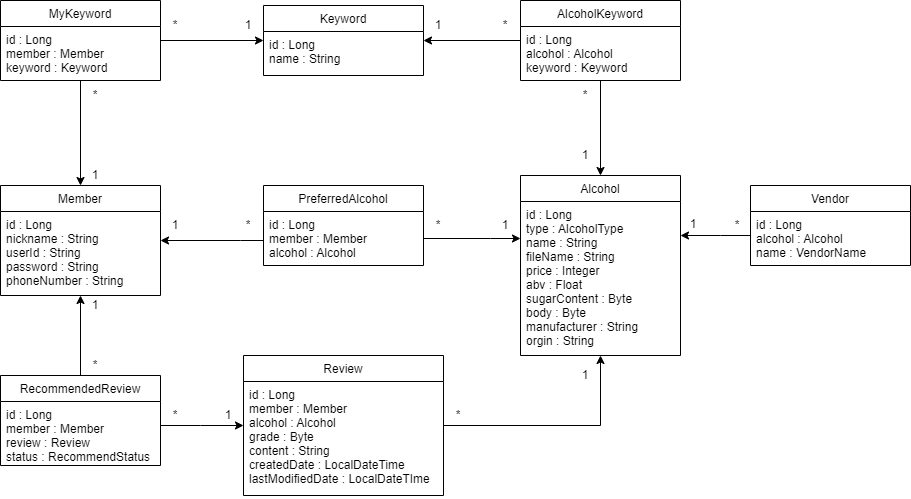
Above: pyeonsool-class.png in great-sprout/PyeonSool (draw.io), before the change. Source tidied: cells renumbered, new cells last; positions are measured from the earlier drawing's top-left corner, leaving out a move shared by most shapes.
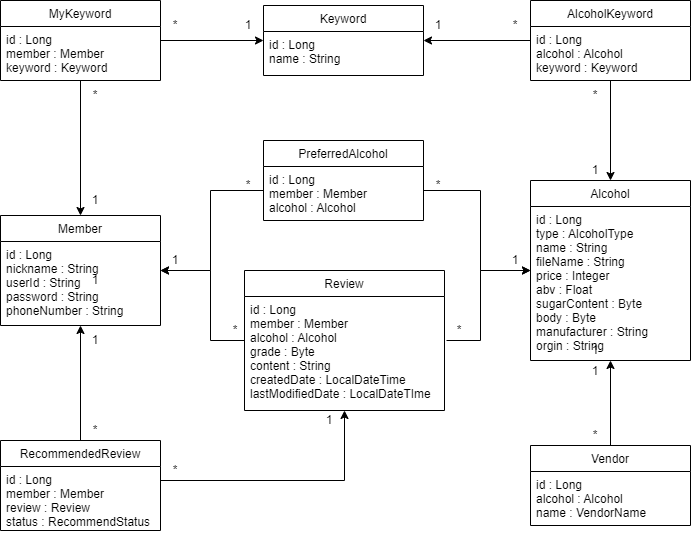
After the change.

Commit message:
docs: 클래스 관계도 수정

Change to the diagram source:
```diff
@@ -3,7 +3,7 @@
     <mxCell id="0" />
     <mxCell id="1" parent="0" />
     <mxCell id="2" value="Member" style="swimlane;fontStyle=0;align=center;verticalAlign=top;horizontal=1;startSize=26;rounded=0;shadow=0;strokeWidth=1;" parent="1" vertex="1">
-      <mxGeometry y="185" width="160" height="110" as="geometry" />
+      <mxGeometry y="240" width="160" height="110" as="geometry" />
     </mxCell>
     <mxCell id="3" value="id : Long&#10;nickname : String&#10;userId : String&#10;password : String&#10;phoneNumber : String&#10;" style="text;align=left;verticalAlign=top;spacingLeft=4;spacingRight=4;overflow=hidden;" parent="2" vertex="1">
       <mxGeometry y="26" width="160" height="84" as="geometry" />
@@ -15,13 +15,13 @@
       <mxGeometry relative="1" as="geometry" />
     </mxCell>
     <mxCell id="6" value="MyKeyword" style="swimlane;fontStyle=0;align=center;verticalAlign=top;horizontal=1;startSize=26;rounded=0;shadow=0;strokeWidth=1;" parent="1" vertex="1">
-      <mxGeometry width="160" height="80" as="geometry" />
+      <mxGeometry y="25" width="160" height="80" as="geometry" />
     </mxCell>
     <mxCell id="7" value="id : Long&#10;member : Member&#10;keyword : Keyword" style="text;align=left;verticalAlign=top;spacingLeft=4;spacingRight=4;overflow=hidden;" parent="6" vertex="1">
       <mxGeometry y="26" width="160" height="54" as="geometry" />
     </mxCell>
     <mxCell id="8" value="Keyword" style="swimlane;fontStyle=0;align=center;verticalAlign=top;horizontal=1;startSize=26;rounded=0;shadow=0;strokeWidth=1;" parent="1" vertex="1">
-      <mxGeometry x="263" y="5" width="160" height="70" as="geometry" />
+      <mxGeometry x="263" y="30" width="160" height="70" as="geometry" />
     </mxCell>
     <mxCell id="9" value="id : Long&#10;name : String" style="text;align=left;verticalAlign=top;spacingLeft=4;spacingRight=4;overflow=hidden;" parent="8" vertex="1">
       <mxGeometry y="26" width="160" height="44" as="geometry" />
@@ -33,13 +33,13 @@
       <mxGeometry relative="1" as="geometry" />
     </mxCell>
     <mxCell id="12" value="AlcoholKeyword" style="swimlane;fontStyle=0;align=center;verticalAlign=top;horizontal=1;startSize=26;rounded=0;shadow=0;strokeWidth=1;" parent="1" vertex="1">
-      <mxGeometry x="520" width="160" height="80" as="geometry" />
+      <mxGeometry x="530" y="25" width="160" height="80" as="geometry" />
     </mxCell>
     <mxCell id="13" value="id : Long&#10;alcohol : Alcohol&#10;keyword : Keyword" style="text;align=left;verticalAlign=top;spacingLeft=4;spacingRight=4;overflow=hidden;" parent="12" vertex="1">
       <mxGeometry y="26" width="160" height="54" as="geometry" />
     </mxCell>
     <mxCell id="14" value="Alcohol" style="swimlane;fontStyle=0;align=center;verticalAlign=top;horizontal=1;startSize=26;rounded=0;shadow=0;strokeWidth=1;" parent="1" vertex="1">
-      <mxGeometry x="520" y="175" width="160" height="180" as="geometry" />
+      <mxGeometry x="530" y="205" width="160" height="180" as="geometry" />
     </mxCell>
     <mxCell id="15" value="id : Long&#10;type : AlcoholType&#10;name : String&#10;fileName : String&#10;price : Integer&#10;abv : Float&#10;sugarContent : Byte&#10;body : Byte&#10;manufacturer : String&#10;orgin : String" style="text;align=left;verticalAlign=top;spacingLeft=4;spacingRight=4;overflow=hidden;" parent="14" vertex="1">
       <mxGeometry y="26" width="160" height="154" as="geometry" />
@@ -47,19 +47,27 @@
     <mxCell id="16" style="edgeStyle=orthogonalEdgeStyle;rounded=0;jettySize=auto;html=1;" parent="1" edge="1" source="17" target="2">
       <mxGeometry relative="1" as="geometry">
         <Array as="points">
-          <mxPoint x="240" y="240" />
-          <mxPoint x="240" y="240" />
+          <mxPoint x="210" y="215" />
+          <mxPoint x="210" y="295" />
         </Array>
       </mxGeometry>
     </mxCell>
     <mxCell id="17" value="PreferredAlcohol" style="swimlane;fontStyle=0;align=center;verticalAlign=top;horizontal=1;startSize=26;rounded=0;shadow=0;strokeWidth=1;" parent="1" vertex="1">
-      <mxGeometry x="263" y="185" width="160" height="80" as="geometry" />
+      <mxGeometry x="263" y="165" width="160" height="80" as="geometry" />
     </mxCell>
     <mxCell id="18" value="id : Long&#10;member : Member&#10;alcohol : Alcohol" style="text;align=left;verticalAlign=top;spacingLeft=4;spacingRight=4;overflow=hidden;points=[[0,0.5],[1,0.5]];portConstraint=eastwest;" parent="17" vertex="1">
       <mxGeometry y="26" width="160" height="54" as="geometry" />
     </mxCell>
+    <mxCell id="50" style="edgeStyle=orthogonalEdgeStyle;rounded=0;jettySize=auto;html=1;" parent="1" edge="1" source="19" target="2">
+      <mxGeometry relative="1" as="geometry">
+        <Array as="points">
+          <mxPoint x="210" y="365" />
+          <mxPoint x="210" y="295" />
+        </Array>
+      </mxGeometry>
+    </mxCell>
     <mxCell id="19" value="Review" style="swimlane;fontStyle=0;align=center;verticalAlign=top;horizontal=1;startSize=26;rounded=0;shadow=0;strokeWidth=1;" parent="1" vertex="1">
-      <mxGeometry x="243" y="355" width="200" height="140" as="geometry" />
+      <mxGeometry x="244" y="295" width="200" height="140" as="geometry" />
     </mxCell>
     <mxCell id="20" value="id : Long&#10;member : Member&#10;alcohol : Alcohol&#10;grade : Byte&#10;content : String&#10;createdDate : LocalDateTime&#10;lastModifiedDate : LocalDateTIme" style="text;align=left;verticalAlign=top;spacingLeft=4;spacingRight=4;overflow=hidden;points=[[0,0.5],[1,0.5]];portConstraint=eastwest;" parent="19" vertex="1">
       <mxGeometry y="26" width="200" height="114" as="geometry" />
@@ -67,88 +75,85 @@
     <mxCell id="21" style="edgeStyle=orthogonalEdgeStyle;rounded=0;jettySize=auto;html=1;" parent="1" edge="1" source="18" target="14">
       <mxGeometry relative="1" as="geometry">
         <Array as="points">
-          <mxPoint x="490" y="238" />
-          <mxPoint x="490" y="238" />
+          <mxPoint x="480" y="215" />
+          <mxPoint x="480" y="295" />
         </Array>
       </mxGeometry>
     </mxCell>
-    <mxCell id="22" style="edgeStyle=orthogonalEdgeStyle;rounded=0;jettySize=auto;html=1;" parent="1" edge="1" source="20" target="14">
+    <mxCell id="22" style="edgeStyle=orthogonalEdgeStyle;rounded=0;jettySize=auto;html=1;" parent="1" edge="1" target="14">
       <mxGeometry relative="1" as="geometry">
+        <mxPoint x="446" y="365" as="sourcePoint" />
         <Array as="points">
-          <mxPoint x="600" y="425" />
+          <mxPoint x="480" y="365" />
+          <mxPoint x="480" y="295" />
         </Array>
       </mxGeometry>
     </mxCell>
     <mxCell id="23" value="1" style="text;html=1;strokeColor=none;fillColor=none;align=center;verticalAlign=middle;whiteSpace=wrap;rounded=0;" parent="1" vertex="1">
-      <mxGeometry x="80" y="165" width="30" height="20" as="geometry" />
+      <mxGeometry x="80" y="215" width="30" height="20" as="geometry" />
     </mxCell>
     <mxCell id="24" value="1" style="text;html=1;strokeColor=none;fillColor=none;align=center;verticalAlign=middle;whiteSpace=wrap;rounded=0;" parent="1" vertex="1">
       <mxGeometry x="80" y="295" width="30" height="20" as="geometry" />
     </mxCell>
     <mxCell id="25" value="1" style="text;html=1;strokeColor=none;fillColor=none;align=center;verticalAlign=middle;whiteSpace=wrap;rounded=0;" parent="1" vertex="1">
-      <mxGeometry x="160" y="215" width="30" height="20" as="geometry" />
+      <mxGeometry x="160" y="275" width="30" height="20" as="geometry" />
     </mxCell>
     <mxCell id="26" value="1" style="text;html=1;strokeColor=none;fillColor=none;align=center;verticalAlign=middle;whiteSpace=wrap;rounded=0;" parent="1" vertex="1">
-      <mxGeometry x="233" y="15" width="30" height="20" as="geometry" />
+      <mxGeometry x="233" y="40" width="30" height="20" as="geometry" />
     </mxCell>
     <mxCell id="27" value="1" style="text;html=1;strokeColor=none;fillColor=none;align=center;verticalAlign=middle;whiteSpace=wrap;rounded=0;" parent="1" vertex="1">
-      <mxGeometry x="423" y="15" width="30" height="20" as="geometry" />
+      <mxGeometry x="423" y="40" width="30" height="20" as="geometry" />
     </mxCell>
     <mxCell id="28" value="1" style="text;html=1;strokeColor=none;fillColor=none;align=center;verticalAlign=middle;whiteSpace=wrap;rounded=0;" parent="1" vertex="1">
-      <mxGeometry x="570" y="145" width="30" height="20" as="geometry" />
+      <mxGeometry x="580" y="185" width="30" height="20" as="geometry" />
     </mxCell>
     <mxCell id="29" value="1" style="text;html=1;strokeColor=none;fillColor=none;align=center;verticalAlign=middle;whiteSpace=wrap;rounded=0;" parent="1" vertex="1">
-      <mxGeometry x="490" y="215" width="30" height="20" as="geometry" />
+      <mxGeometry x="500" y="275" width="30" height="20" as="geometry" />
     </mxCell>
     <mxCell id="30" value="1" style="text;html=1;strokeColor=none;fillColor=none;align=center;verticalAlign=middle;whiteSpace=wrap;rounded=0;" parent="1" vertex="1">
-      <mxGeometry x="570" y="365" width="30" height="20" as="geometry" />
+      <mxGeometry x="580" y="365" width="30" height="20" as="geometry" />
     </mxCell>
     <mxCell id="31" value="*" style="text;html=1;strokeColor=none;fillColor=none;align=center;verticalAlign=middle;whiteSpace=wrap;rounded=0;" parent="1" vertex="1">
-      <mxGeometry x="160" y="15" width="30" height="20" as="geometry" />
+      <mxGeometry x="160" y="40" width="30" height="20" as="geometry" />
     </mxCell>
     <mxCell id="32" value="*" style="text;html=1;strokeColor=none;fillColor=none;align=center;verticalAlign=middle;whiteSpace=wrap;rounded=0;" parent="1" vertex="1">
-      <mxGeometry x="490" y="15" width="30" height="20" as="geometry" />
+      <mxGeometry x="500" y="40" width="30" height="20" as="geometry" />
     </mxCell>
     <mxCell id="33" value="*" style="text;html=1;strokeColor=none;fillColor=none;align=center;verticalAlign=middle;whiteSpace=wrap;rounded=0;" parent="1" vertex="1">
-      <mxGeometry x="80" y="85" width="30" height="20" as="geometry" />
+      <mxGeometry x="80" y="110" width="30" height="20" as="geometry" />
     </mxCell>
     <mxCell id="34" value="*" style="text;html=1;strokeColor=none;fillColor=none;align=center;verticalAlign=middle;whiteSpace=wrap;rounded=0;" parent="1" vertex="1">
-      <mxGeometry x="570" y="85" width="30" height="20" as="geometry" />
+      <mxGeometry x="580" y="110" width="30" height="20" as="geometry" />
     </mxCell>
     <mxCell id="35" value="*" style="text;html=1;strokeColor=none;fillColor=none;align=center;verticalAlign=middle;whiteSpace=wrap;rounded=0;" parent="1" vertex="1">
-      <mxGeometry x="423" y="215" width="30" height="20" as="geometry" />
+      <mxGeometry x="423" y="200" width="30" height="20" as="geometry" />
     </mxCell>
     <mxCell id="36" value="*" style="text;html=1;strokeColor=none;fillColor=none;align=center;verticalAlign=middle;whiteSpace=wrap;rounded=0;" parent="1" vertex="1">
-      <mxGeometry x="233" y="215" width="30" height="20" as="geometry" />
+      <mxGeometry x="233" y="200" width="30" height="20" as="geometry" />
     </mxCell>
     <mxCell id="37" value="*" style="text;html=1;strokeColor=none;fillColor=none;align=center;verticalAlign=middle;whiteSpace=wrap;rounded=0;" parent="1" vertex="1">
-      <mxGeometry x="160" y="405" width="30" height="20" as="geometry" />
+      <mxGeometry x="220" y="345" width="30" height="20" as="geometry" />
     </mxCell>
     <mxCell id="38" value="*" style="text;html=1;strokeColor=none;fillColor=none;align=center;verticalAlign=middle;whiteSpace=wrap;rounded=0;" parent="1" vertex="1">
-      <mxGeometry x="443" y="405" width="30" height="20" as="geometry" />
+      <mxGeometry x="444" y="345" width="30" height="20" as="geometry" />
     </mxCell>
     <mxCell id="39" value="Vendor" style="swimlane;fontStyle=0;align=center;verticalAlign=top;horizontal=1;startSize=26;rounded=0;shadow=0;strokeWidth=1;" parent="1" vertex="1">
-      <mxGeometry x="750" y="185" width="160" height="80" as="geometry" />
+      <mxGeometry x="530" y="470" width="160" height="80" as="geometry" />
     </mxCell>
     <mxCell id="40" value="id : Long&#10;alcohol : Alcohol&#10;name : VendorName" style="text;align=left;verticalAlign=top;spacingLeft=4;spacingRight=4;overflow=hidden;points=[[0,0.5],[1,0.5]];portConstraint=eastwest;" parent="39" vertex="1">
       <mxGeometry y="26" width="160" height="54" as="geometry" />
     </mxCell>
-    <mxCell id="41" style="edgeStyle=orthogonalEdgeStyle;rounded=0;jettySize=auto;html=1;" parent="1" edge="1" source="40" target="14">
-      <mxGeometry relative="1" as="geometry">
-        <Array as="points">
-          <mxPoint x="720" y="235" />
-          <mxPoint x="720" y="235" />
-        </Array>
-      </mxGeometry>
+    <mxCell id="41" style="edgeStyle=orthogonalEdgeStyle;rounded=0;jettySize=auto;html=1;" parent="1" edge="1" source="39" target="14">
+      <mxGeometry relative="1" as="geometry" />
     </mxCell>
     <mxCell id="42" value="1" style="text;html=1;strokeColor=none;fillColor=none;align=center;verticalAlign=middle;whiteSpace=wrap;rounded=0;" parent="1" vertex="1">
-      <mxGeometry x="678" y="214" width="30" height="19" as="geometry" />
+      <mxGeometry x="580" y="386" width="30" height="19" as="geometry" />
     </mxCell>
     <mxCell id="43" value="*" style="text;html=1;strokeColor=none;fillColor=none;align=center;verticalAlign=middle;whiteSpace=wrap;rounded=0;" parent="1" vertex="1">
-      <mxGeometry x="722" y="215" width="30" height="20" as="geometry" />
+      <mxGeometry x="580" y="450" width="30" height="20" as="geometry" />
     </mxCell>
     <mxCell id="44" value="RecommendedReview" style="swimlane;fontStyle=0;align=center;verticalAlign=top;horizontal=1;startSize=26;rounded=0;shadow=0;strokeWidth=1;" parent="1" vertex="1">
-      <mxGeometry y="375" width="160" height="90" as="geometry" />
+      <mxGeometry y="465" width="160" height="90" as="geometry" />
     </mxCell>
     <mxCell id="45" value="id : Long&#10;member : Member&#10;review : Review&#10;status : RecommendStatus" style="text;align=left;verticalAlign=top;spacingLeft=4;spacingRight=4;overflow=hidden;" parent="44" vertex="1">
       <mxGeometry y="26" width="160" height="64" as="geometry" />
@@ -156,8 +161,7 @@
     <mxCell id="46" style="edgeStyle=orthogonalEdgeStyle;rounded=0;jettySize=auto;html=1;" parent="1" edge="1" source="44" target="19">
       <mxGeometry relative="1" as="geometry">
         <Array as="points">
-          <mxPoint x="200" y="425" />
-          <mxPoint x="200" y="425" />
+          <mxPoint x="344" y="505" />
         </Array>
       </mxGeometry>
     </mxCell>
@@ -165,10 +169,16 @@
       <mxGeometry relative="1" as="geometry" />
     </mxCell>
     <mxCell id="48" value="*" style="text;html=1;strokeColor=none;fillColor=none;align=center;verticalAlign=middle;whiteSpace=wrap;rounded=0;" parent="1" vertex="1">
-      <mxGeometry x="80" y="355" width="30" height="20" as="geometry" />
+      <mxGeometry x="80" y="445" width="30" height="20" as="geometry" />
     </mxCell>
     <mxCell id="49" value="1" style="text;html=1;strokeColor=none;fillColor=none;align=center;verticalAlign=middle;whiteSpace=wrap;rounded=0;" parent="1" vertex="1">
-      <mxGeometry x="213" y="405" width="30" height="20" as="geometry" />
+      <mxGeometry x="314" y="435" width="30" height="20" as="geometry" />
     </mxCell>
+    <mxCell id="51" value="*" style="text;html=1;strokeColor=none;fillColor=none;align=center;verticalAlign=middle;whiteSpace=wrap;rounded=0;" parent="1" vertex="1">
+      <mxGeometry x="160" y="485" width="30" height="20" as="geometry" />
+    </mxCell>
+    <mxCell id="52" value="1" style="text;html=1;strokeColor=none;fillColor=none;align=center;verticalAlign=middle;whiteSpace=wrap;rounded=0;" parent="1" vertex="1">
+      <mxGeometry x="80" y="355" width="30" height="20" as="geometry" />
+    </mxCell>
   </root>
 </mxGraphModel>
```
